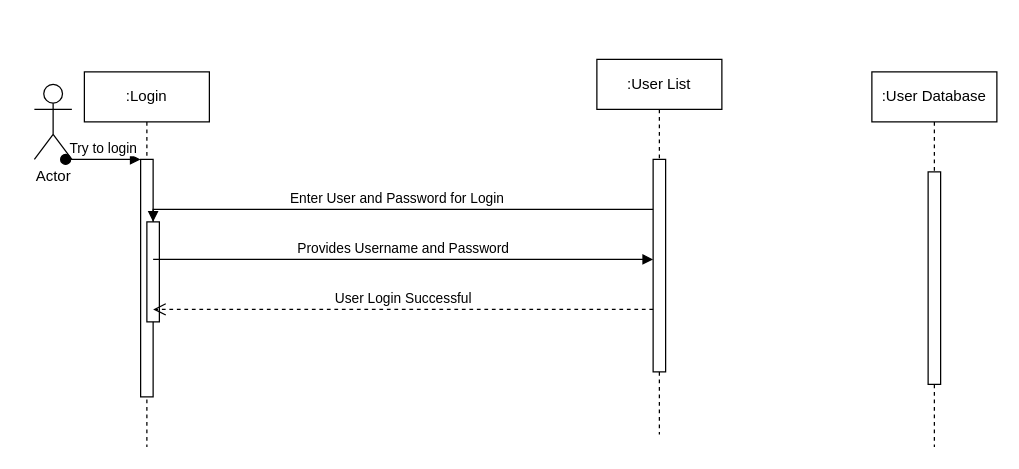
The draw.io diagram Login Sequence Diagram.drawio in adl409/SE-project-Group-5, before the edit. Source tidied: cells renumbered, new cells numbered last; positions are measured from the earlier drawing's top-left corner, leaving out a move shared by most shapes. Both pictures are drawn from the tidied source at 125%, with x=0, y=0 at pixel (34, 59).
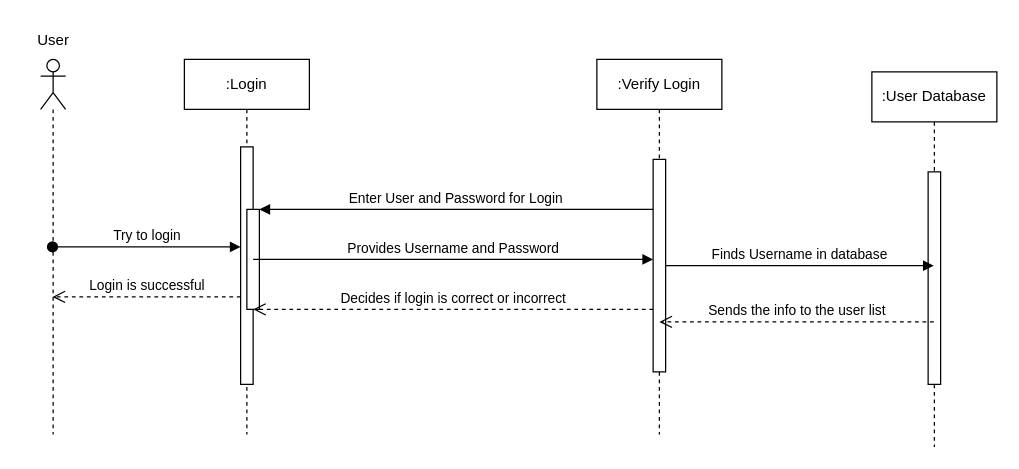
Above is the later version.

The change refers to these unchanged cells:
```xml
<mxCell id="3" style="html=1;points=[];perimeter=orthogonalPerimeter;outlineConnect=0;targetShapes=umlLifeline;portConstraint=eastwest;newEdgeStyle={&quot;edgeStyle&quot;:&quot;elbowEdgeStyle&quot;,&quot;elbow&quot;:&quot;vertical&quot;,&quot;curved&quot;:0,&quot;rounded&quot;:0};" parent="2" vertex="1">
  <mxGeometry x="45" y="70" width="10" height="190" as="geometry" />
</mxCell>
<mxCell id="5" style="html=1;points=[];perimeter=orthogonalPerimeter;outlineConnect=0;targetShapes=umlLifeline;portConstraint=eastwest;newEdgeStyle={&quot;edgeStyle&quot;:&quot;elbowEdgeStyle&quot;,&quot;elbow&quot;:&quot;vertical&quot;,&quot;curved&quot;:0,&quot;rounded&quot;:0};" parent="2" vertex="1">
  <mxGeometry x="50" y="120" width="10" height="80" as="geometry" />
</mxCell>
<mxCell id="7" style="html=1;points=[];perimeter=orthogonalPerimeter;outlineConnect=0;targetShapes=umlLifeline;portConstraint=eastwest;newEdgeStyle={&quot;edgeStyle&quot;:&quot;elbowEdgeStyle&quot;,&quot;elbow&quot;:&quot;vertical&quot;,&quot;curved&quot;:0,&quot;rounded&quot;:0};" parent="6" vertex="1">
  <mxGeometry x="45" y="80" width="10" height="170" as="geometry" />
</mxCell>
<mxCell id="12" value=":User Database" style="shape=umlLifeline;perimeter=lifelinePerimeter;whiteSpace=wrap;html=1;outlineConnect=0;portConstraint=eastwest;newEdgeStyle={&quot;edgeStyle&quot;:&quot;elbowEdgeStyle&quot;,&quot;elbow&quot;:&quot;vertical&quot;,&quot;curved&quot;:0,&quot;rounded&quot;:0};" parent="1" vertex="1">
  <mxGeometry x="670" y="10" width="100" height="300" as="geometry" />
</mxCell>
```

Diff of the diagram source:
```diff
@@
     <mxCell id="2" value=":Login" style="shape=umlLifeline;perimeter=lifelinePerimeter;whiteSpace=wrap;html=1;outlineConnect=0;portConstraint=eastwest;newEdgeStyle={&quot;edgeStyle&quot;:&quot;elbowEdgeStyle&quot;,&quot;elbow&quot;:&quot;vertical&quot;,&quot;curved&quot;:0,&quot;rounded&quot;:0};" parent="1" vertex="1">
-      <mxGeometry x="40" y="10" width="100" height="300" as="geometry" />
+      <mxGeometry x="120" width="100" height="300" as="geometry" />
     </mxCell>
@@
-    <mxCell id="4" value="Try to login" style="html=1;verticalAlign=bottom;startArrow=oval;endArrow=block;startSize=8;edgeStyle=elbowEdgeStyle;elbow=vertical;curved=0;rounded=0;" parent="2" edge="1" target="3">
-      <mxGeometry relative="1" as="geometry">
-        <mxPoint x="-15" y="70" as="sourcePoint" />
-      </mxGeometry>
-    </mxCell>
+    <mxCell id="14" style="edgeStyle=elbowEdgeStyle;rounded=0;jettySize=auto;html=1;elbow=vertical;curved=0;" parent="2" edge="1" source="5" target="2">
+      <mxGeometry relative="1" as="geometry" />
+    </mxCell>
@@
-    <mxCell id="6" value=":User List" style="shape=umlLifeline;perimeter=lifelinePerimeter;whiteSpace=wrap;html=1;newEdgeStyle={&quot;edgeStyle&quot;:&quot;elbowEdgeStyle&quot;,&quot;elbow&quot;:&quot;vertical&quot;,&quot;curved&quot;:0,&quot;rounded&quot;:0};" parent="1" vertex="1">
+    <mxCell id="6" value=":Verify Login" style="shape=umlLifeline;perimeter=lifelinePerimeter;whiteSpace=wrap;html=1;newEdgeStyle={&quot;edgeStyle&quot;:&quot;elbowEdgeStyle&quot;,&quot;elbow&quot;:&quot;vertical&quot;,&quot;curved&quot;:0,&quot;rounded&quot;:0};" parent="1" vertex="1">
       <mxGeometry x="450" width="100" height="300" as="geometry" />
     </mxCell>
@@
-    <mxCell id="9" value="User Login Successful" style="html=1;verticalAlign=bottom;endArrow=open;dashed=1;endSize=8;edgeStyle=elbowEdgeStyle;elbow=vertical;curved=0;rounded=0;" parent="1" edge="1" source="7" target="3">
+    <mxCell id="9" value="Decides if login is correct or incorrect" style="html=1;verticalAlign=bottom;endArrow=open;dashed=1;endSize=8;edgeStyle=elbowEdgeStyle;elbow=vertical;curved=0;rounded=0;" parent="1" edge="1" source="7" target="3">
       <mxGeometry relative="1" as="geometry">
         <Array as="points">
           <mxPoint x="190" y="200" />
         </Array>
       </mxGeometry>
     </mxCell>
     <mxCell id="10" value="Enter User and Password for Login" style="html=1;verticalAlign=bottom;endArrow=block;edgeStyle=elbowEdgeStyle;elbow=vertical;curved=0;rounded=0;" parent="1" edge="1" source="7" target="5">
       <mxGeometry relative="1" as="geometry">
         <Array as="points">
+          <mxPoint x="330" y="120" />
           <mxPoint x="170" y="120" />
         </Array>
       </mxGeometry>
     </mxCell>
-    <mxCell id="11" value="Actor" style="shape=umlActor;verticalLabelPosition=bottom;verticalAlign=top;html=1;" parent="1" vertex="1">
-      <mxGeometry y="20" width="30" height="60" as="geometry" />
-    </mxCell>
@@
+    <mxCell id="15" style="shape=umlLifeline;perimeter=lifelinePerimeter;whiteSpace=wrap;html=1;outlineConnect=0;portConstraint=eastwest;newEdgeStyle={&quot;edgeStyle&quot;:&quot;elbowEdgeStyle&quot;,&quot;elbow&quot;:&quot;vertical&quot;,&quot;curved&quot;:0,&quot;rounded&quot;:0};participant=umlActor;" parent="1" vertex="1">
+      <mxGeometry x="5" width="20" height="300" as="geometry" />
+    </mxCell>
+    <mxCell id="4" value="Try to login" style="html=1;verticalAlign=bottom;startArrow=oval;endArrow=block;startSize=8;edgeStyle=elbowEdgeStyle;elbow=vertical;curved=0;rounded=0;" parent="1" edge="1" source="15" target="3">
+      <mxGeometry relative="1" as="geometry">
+        <Array as="points">
+          <mxPoint x="110" y="150" />
+        </Array>
+      </mxGeometry>
+    </mxCell>
+    <mxCell id="16" value="User" style="text;html=1;align=center;verticalAlign=middle;strokeColor=none;fillColor=none;" parent="1" vertex="1">
+      <mxGeometry x="-10" y="-30" width="50" height="30" as="geometry" />
+    </mxCell>
+    <mxCell id="17" value="Login is successful" style="html=1;verticalAlign=bottom;endArrow=open;dashed=1;endSize=8;edgeStyle=elbowEdgeStyle;elbow=vertical;curved=0;rounded=0;" parent="1" edge="1" source="3" target="15">
+      <mxGeometry relative="1" as="geometry">
+        <Array as="points">
+          <mxPoint x="80" y="190" />
+        </Array>
+      </mxGeometry>
+    </mxCell>
+    <mxCell id="18" value="Finds Username in database" style="html=1;verticalAlign=bottom;endArrow=block;edgeStyle=elbowEdgeStyle;elbow=vertical;curved=0;rounded=0;" parent="1" edge="1" source="7" target="12">
+      <mxGeometry relative="1" as="geometry" />
+    </mxCell>
+    <mxCell id="19" value="Sends the info to the user list" style="html=1;verticalAlign=bottom;endArrow=open;dashed=1;endSize=8;edgeStyle=elbowEdgeStyle;elbow=vertical;curved=0;rounded=0;entryX=0.5;entryY=0.765;entryDx=0;entryDy=0;entryPerimeter=0;" parent="1" edge="1" source="12" target="7">
+      <mxGeometry relative="1" as="geometry" />
+    </mxCell>
```
